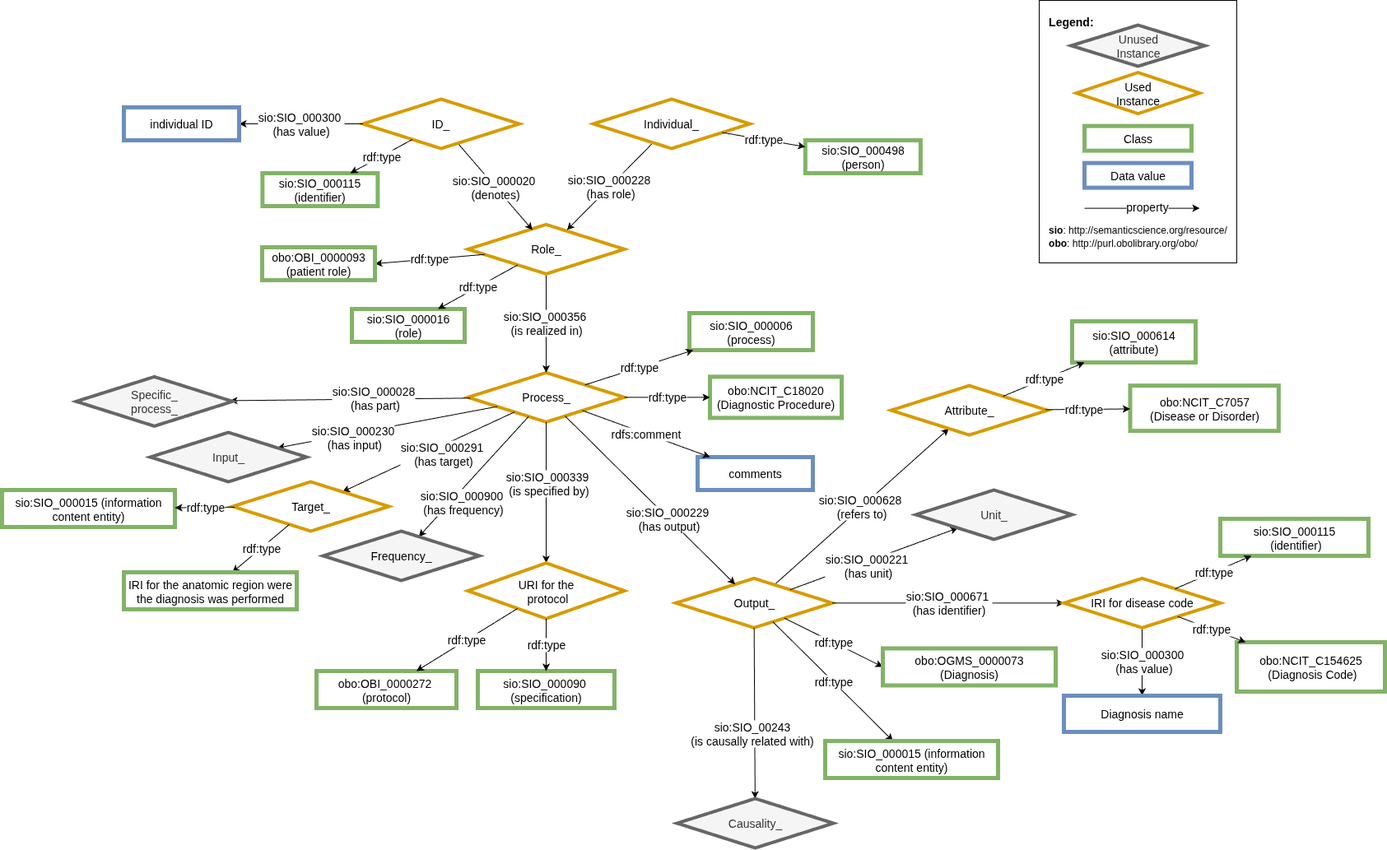
CARE-SM/CARE-Semantic-Model keeps this draw.io diagram as images/obo/CARE-SM-obo-Diagnosis.drawio.png. Above is the earlier version. Source tidied: cells renumbered, new cells last; positions are measured from the earlier drawing's top-left corner, leaving out a move shared by most shapes.
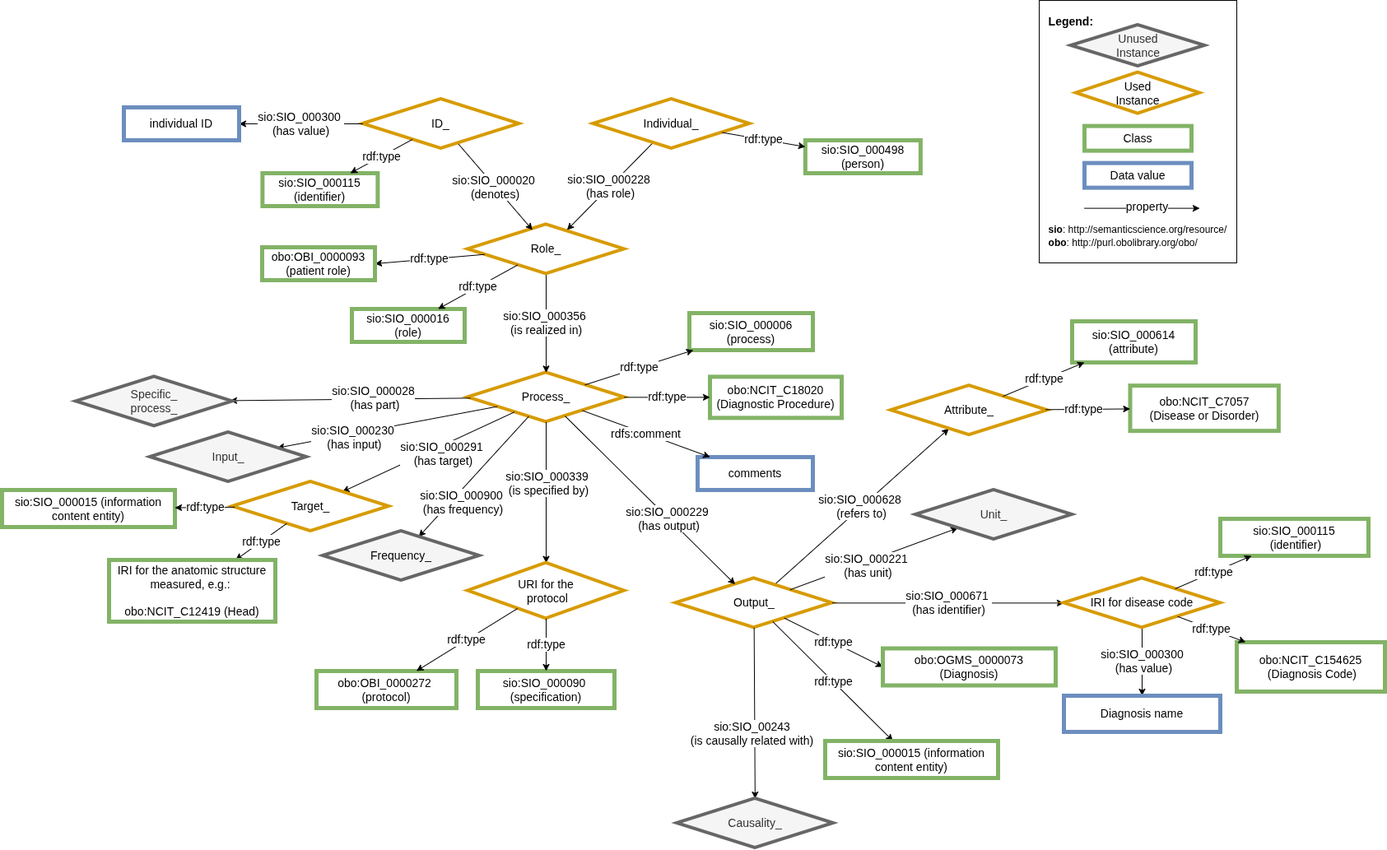
Above is the later version.

Change to the diagram source:
```diff
@@ -123,8 +123,8 @@
     <mxCell id="38" value="rdf:type" style="edgeStyle=none;rounded=0;jettySize=auto;html=1;fontSize=14;" parent="1" edge="1" source="36" target="39">
       <mxGeometry relative="1" as="geometry" />
     </mxCell>
-    <mxCell id="39" value="IRI for the anatomic region were the diagnosis was performed" style="whiteSpace=wrap;html=1;fillColor=#FFFFFF;strokeColor=#82b366;strokeWidth=5;fontSize=14;" parent="1" vertex="1">
-      <mxGeometry x="148" y="695" width="210" height="45" as="geometry" />
+    <mxCell id="39" value="IRI for the anatomic structure measured, e.g.:&amp;nbsp;&lt;div&gt;&lt;br&gt;&lt;/div&gt;&lt;div&gt;obo:NCIT_C12419&amp;nbsp;&lt;span style=&quot;background-color: transparent; color: light-dark(rgb(0, 0, 0), rgb(255, 255, 255));&quot;&gt;(Head)&lt;/span&gt;&lt;/div&gt;" style="whiteSpace=wrap;html=1;fillColor=#FFFFFF;strokeColor=#82b366;strokeWidth=5;fontSize=14;" parent="1" vertex="1">
+      <mxGeometry x="130" y="680" width="202" height="75" as="geometry" />
     </mxCell>
     <mxCell id="40" style="edgeStyle=none;rounded=0;jettySize=auto;html=1;strokeWidth=1;fontSize=14;" parent="1" edge="1" source="4" target="61">
       <mxGeometry relative="1" as="geometry" />
```
